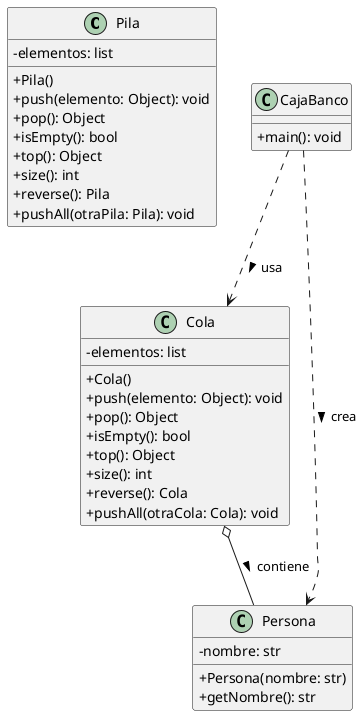
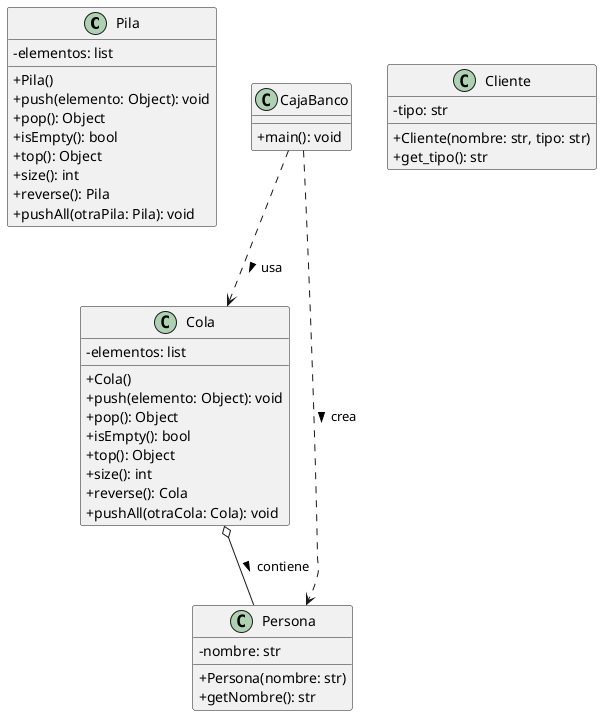
@startuml
skinparam classAttributeIconSize 0

class Pila{
  - elementos: list
  + Pila()
  + push(elemento: Object): void
  + pop(): Object
  + isEmpty(): bool
  + top(): Object
  + size(): int
  + reverse(): Pila
  + pushAll(otraPila: Pila): void
}

class Cola{
  - elementos: list
  + Cola()
  + push(elemento: Object): void
  + pop(): Object
  + isEmpty(): bool
  + top(): Object
  + size(): int
  + reverse(): Cola
  + pushAll(otraCola: Cola): void
}

class Persona{
  - nombre: str
  + Persona(nombre: str)
  + getNombre(): str
}
+ class Cliente {
+   - tipo: str
+   + Cliente(nombre: str, tipo: str)
+   + get_tipo(): str
+ }

class CajaBanco{
  + main(): void
}


CajaBanco ..> Cola : usa >
CajaBanco ..> Persona : crea >
Cola o-- Persona : contiene >


@enduml